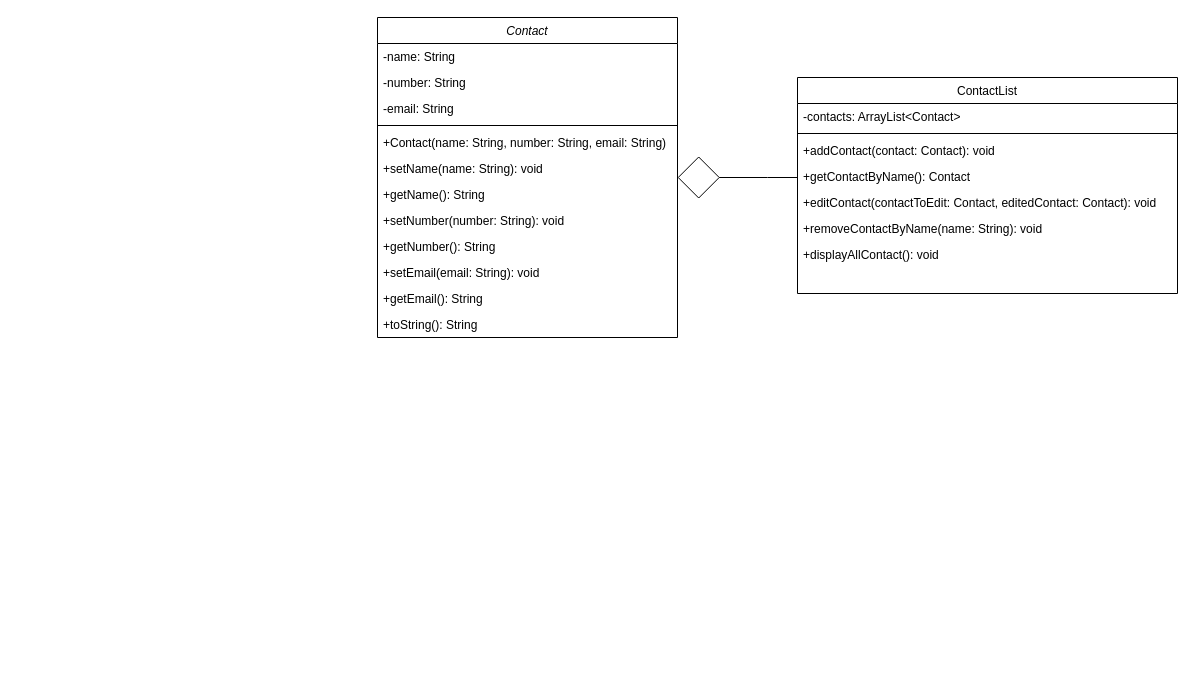
Before: Tugas 4/class_diagram.drawio in onmail12/oop-assignments, a draw.io diagram. Source tidied: cells renumbered, new cells numbered last; positions are measured from the earlier drawing's top-left corner, leaving out a move shared by most shapes. Both pictures are drawn from the tidied source at 100%, with x=0, y=0 at pixel (377, 17).
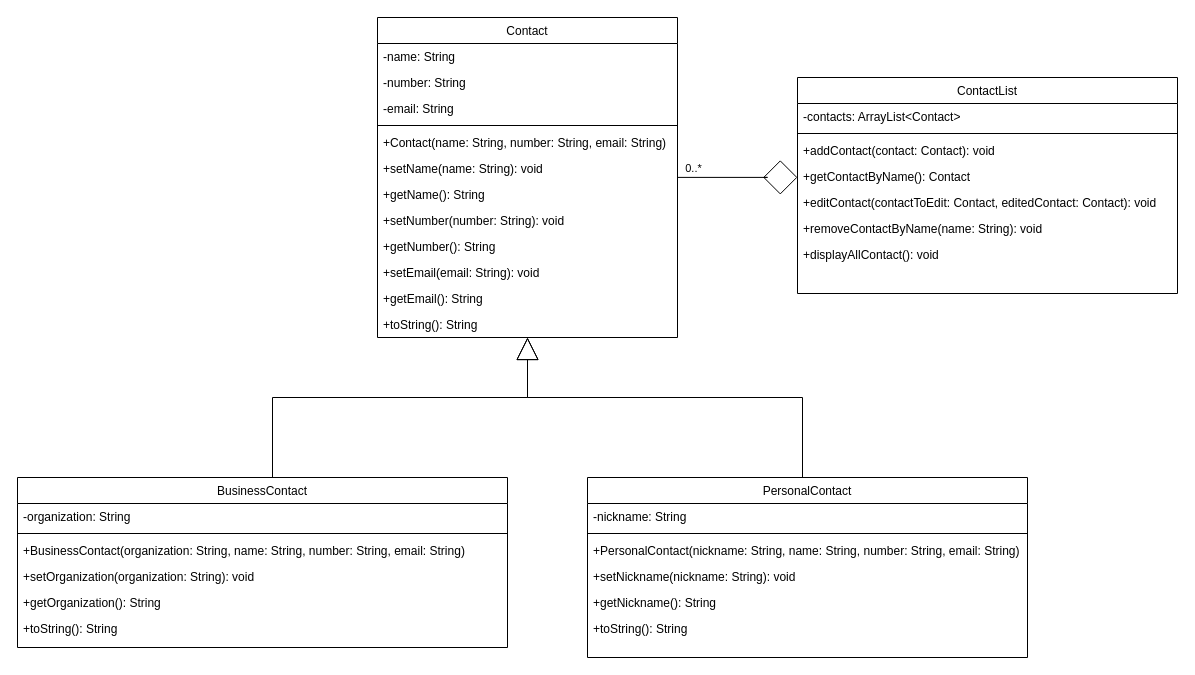
Above is the later version.

The change refers to these unchanged cells:
```xml
<mxCell id="16" value="ContactList" style="swimlane;fontStyle=0;align=center;verticalAlign=top;horizontal=1;startSize=26;rounded=0;shadow=0;strokeWidth=1;" parent="1" vertex="1">
  <mxGeometry x="420" y="60" width="380" height="216" as="geometry" />
</mxCell>
```

What changed in the source:
```diff
@@
-    <mxCell id="2" value="Contact" style="swimlane;fontStyle=2;align=center;verticalAlign=top;horizontal=1;startSize=26;rounded=0;shadow=0;strokeWidth=1;" parent="1" vertex="1">
+    <mxCell id="2" value="Contact" style="swimlane;fontStyle=0;align=center;verticalAlign=top;horizontal=1;startSize=26;rounded=0;shadow=0;strokeWidth=1;" parent="1" vertex="1">
       <mxGeometry width="300" height="320" as="geometry" />
     </mxCell>
@@
-    <mxCell id="15" style="edgeStyle=orthogonalEdgeStyle;rounded=0;jettySize=auto;html=1;endArrow=diamond;endFill=0;endSize=40;" parent="1" edge="1" source="16" target="2">
+    <mxCell id="15" style="edgeStyle=orthogonalEdgeStyle;rounded=0;orthogonalLoop=1;jettySize=auto;html=1;endArrow=none;endFill=0;endSize=40;startArrow=diamond;startFill=0;startSize=32;" parent="1" edge="1">
       <mxGeometry relative="1" as="geometry">
+        <mxPoint x="420" y="159.9" as="sourcePoint" />
+        <mxPoint x="300" y="159.9" as="targetPoint" />
         <Array as="points">
-          <mxPoint x="390" y="160" />
-          <mxPoint x="390" y="160" />
+          <mxPoint x="390" y="159.9" />
+          <mxPoint x="390" y="159.9" />
         </Array>
       </mxGeometry>
     </mxCell>
+    <mxCell id="24" value="0..*" style="edgeLabel;html=1;align=center;verticalAlign=middle;" parent="15" vertex="1">
+      <mxGeometry x="0.75" y="-1" relative="1" as="geometry">
+        <mxPoint y="-8" as="offset" />
+      </mxGeometry>
+    </mxCell>
@@
+    <mxCell id="25" style="edgeStyle=orthogonalEdgeStyle;rounded=0;jettySize=auto;html=1;endArrow=block;endFill=0;endSize=20;" parent="1" edge="1" source="26" target="2">
+      <mxGeometry relative="1" as="geometry">
+        <Array as="points">
+          <mxPoint x="-105" y="380" />
+          <mxPoint x="150" y="380" />
+        </Array>
+      </mxGeometry>
+    </mxCell>
+    <mxCell id="26" value="BusinessContact" style="swimlane;fontStyle=0;align=center;verticalAlign=top;horizontal=1;startSize=26;rounded=0;shadow=0;strokeWidth=1;" parent="1" vertex="1">
+      <mxGeometry x="-360" y="460" width="490" height="170" as="geometry" />
+    </mxCell>
+    <mxCell id="27" value="-organization: String" style="text;align=left;verticalAlign=top;spacingLeft=4;spacingRight=4;overflow=hidden;" parent="26" vertex="1">
+      <mxGeometry y="26" width="490" height="26" as="geometry" />
+    </mxCell>
+    <mxCell id="28" style="line;html=1;strokeWidth=1;align=left;verticalAlign=middle;spacingTop=-1;spacingLeft=3;spacingRight=3;labelPosition=right;" parent="26" vertex="1">
+      <mxGeometry y="52" width="490" height="8" as="geometry" />
+    </mxCell>
+    <mxCell id="29" value="+BusinessContact(organization: String, name: String, number: String, email: String)" style="text;align=left;verticalAlign=top;spacingLeft=4;spacingRight=4;overflow=hidden;" parent="26" vertex="1">
+      <mxGeometry y="60" width="490" height="26" as="geometry" />
+    </mxCell>
+    <mxCell id="30" value="+setOrganization(organization: String): void" style="text;align=left;verticalAlign=top;spacingLeft=4;spacingRight=4;overflow=hidden;" parent="26" vertex="1">
+      <mxGeometry y="86" width="490" height="26" as="geometry" />
+    </mxCell>
+    <mxCell id="31" value="+getOrganization(): String" style="text;align=left;verticalAlign=top;spacingLeft=4;spacingRight=4;overflow=hidden;" parent="26" vertex="1">
+      <mxGeometry y="112" width="490" height="26" as="geometry" />
+    </mxCell>
+    <mxCell id="32" value="+toString(): String" style="text;align=left;verticalAlign=top;spacingLeft=4;spacingRight=4;overflow=hidden;" parent="26" vertex="1">
+      <mxGeometry y="138" width="490" height="26" as="geometry" />
+    </mxCell>
+    <mxCell id="33" style="edgeStyle=orthogonalEdgeStyle;rounded=0;jettySize=auto;html=1;endArrow=block;endFill=0;endSize=20;" parent="1" edge="1" source="34" target="2">
+      <mxGeometry relative="1" as="geometry">
+        <Array as="points">
+          <mxPoint x="425" y="380" />
+          <mxPoint x="150" y="380" />
+        </Array>
+      </mxGeometry>
+    </mxCell>
+    <mxCell id="34" value="PersonalContact" style="swimlane;fontStyle=0;align=center;verticalAlign=top;horizontal=1;startSize=26;rounded=0;shadow=0;strokeWidth=1;" parent="1" vertex="1">
+      <mxGeometry x="210" y="460" width="440" height="180" as="geometry" />
+    </mxCell>
+    <mxCell id="35" value="-nickname: String" style="text;align=left;verticalAlign=top;spacingLeft=4;spacingRight=4;overflow=hidden;" parent="34" vertex="1">
+      <mxGeometry y="26" width="440" height="26" as="geometry" />
+    </mxCell>
+    <mxCell id="36" style="line;html=1;strokeWidth=1;align=left;verticalAlign=middle;spacingTop=-1;spacingLeft=3;spacingRight=3;labelPosition=right;" parent="34" vertex="1">
+      <mxGeometry y="52" width="440" height="8" as="geometry" />
+    </mxCell>
+    <mxCell id="37" value="+PersonalContact(nickname: String, name: String, number: String, email: String)" style="text;align=left;verticalAlign=top;spacingLeft=4;spacingRight=4;overflow=hidden;" parent="34" vertex="1">
+      <mxGeometry y="60" width="440" height="26" as="geometry" />
+    </mxCell>
+    <mxCell id="38" value="+setNickname(nickname: String): void" style="text;align=left;verticalAlign=top;spacingLeft=4;spacingRight=4;overflow=hidden;" parent="34" vertex="1">
+      <mxGeometry y="86" width="440" height="26" as="geometry" />
+    </mxCell>
+    <mxCell id="39" value="+getNickname(): String" style="text;align=left;verticalAlign=top;spacingLeft=4;spacingRight=4;overflow=hidden;" parent="34" vertex="1">
+      <mxGeometry y="112" width="440" height="26" as="geometry" />
+    </mxCell>
+    <mxCell id="40" value="+toString(): String" style="text;align=left;verticalAlign=top;spacingLeft=4;spacingRight=4;overflow=hidden;" parent="34" vertex="1">
+      <mxGeometry y="138" width="440" height="26" as="geometry" />
+    </mxCell>
```
